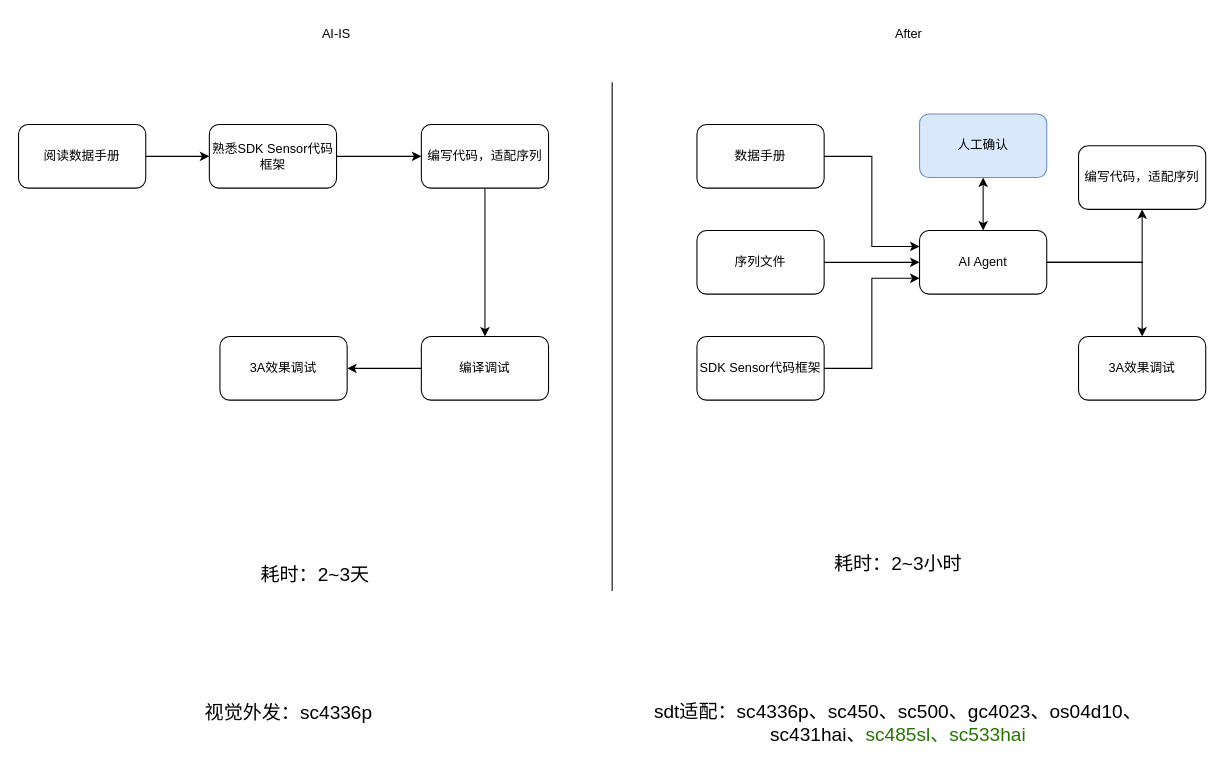
This is page "sensor适配" (3 of 6) of 未命名绘图.drawio from halfmonth/record, a draw.io file, before an edit. Source tidied: cells renumbered, new cells numbered last; positions are measured from the earlier drawing's top-left corner, leaving out a move shared by most shapes. Both pictures are drawn from the tidied source at 106%, with x=0, y=0 at pixel (18, 18).
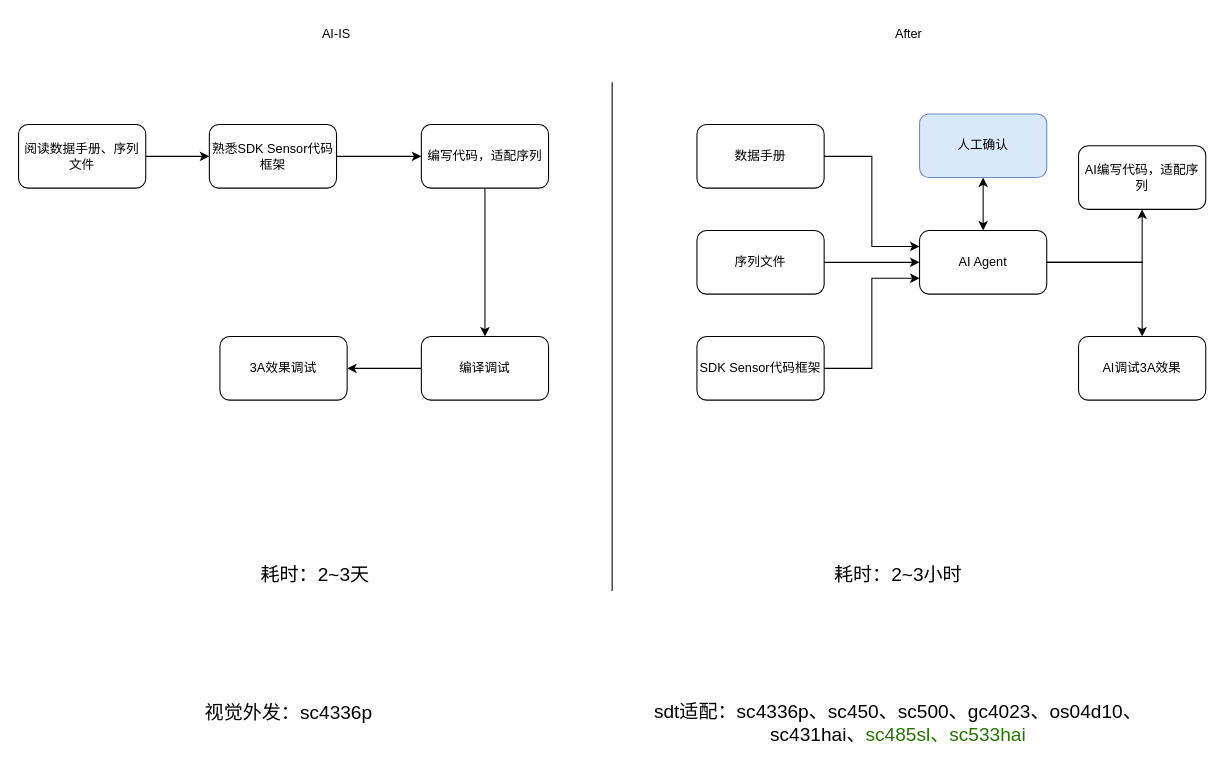
The same page after the edit.

Diff of the diagram source:
```diff
@@
-    <mxCell id="3" value="阅读数据手册" style="rounded=1;whiteSpace=wrap;html=1;" parent="1" vertex="1">
+    <mxCell id="3" value="阅读数据手册、序列文件" style="rounded=1;whiteSpace=wrap;html=1;" parent="1" vertex="1">
       <mxGeometry y="100" width="120" height="60" as="geometry" />
     </mxCell>
@@
-    <mxCell id="24" value="3A效果调试" style="rounded=1;whiteSpace=wrap;html=1;" parent="1" vertex="1">
+    <mxCell id="24" value="AI调试3A效果" style="rounded=1;whiteSpace=wrap;html=1;" parent="1" vertex="1">
       <mxGeometry x="1000" y="300" width="120" height="60" as="geometry" />
     </mxCell>
-    <mxCell id="25" value="编写代码，适配序列" style="rounded=1;whiteSpace=wrap;html=1;" parent="1" vertex="1">
+    <mxCell id="25" value="AI编写代码，适配序列" style="rounded=1;whiteSpace=wrap;html=1;" parent="1" vertex="1">
       <mxGeometry x="1000" y="120" width="120" height="60" as="geometry" />
     </mxCell>
@@
     <mxCell id="28" value="&lt;font style=&quot;font-size: 18px;&quot;&gt;耗时：2~3小时&lt;/font&gt;" style="text;html=1;whiteSpace=wrap;strokeColor=none;fillColor=none;align=center;verticalAlign=middle;rounded=0;" parent="1" vertex="1">
-      <mxGeometry x="740" y="500" width="180" height="30" as="geometry" />
+      <mxGeometry x="740" y="510" width="180" height="30" as="geometry" />
     </mxCell>
```
